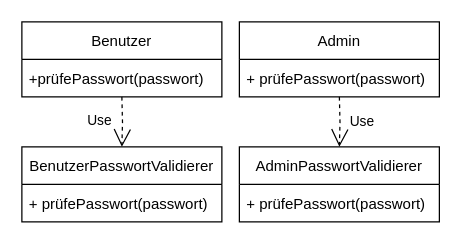
This is tex/img/NachSRP.drawio from xThale/Seminararbeit, a draw.io file, before an edit. Source tidied: cells renumbered, new cells numbered last; positions are measured from the earlier drawing's top-left corner, leaving out a move shared by most shapes. Both pictures are drawn from the tidied source at 125%, with x=0, y=0 at pixel (21, 21).
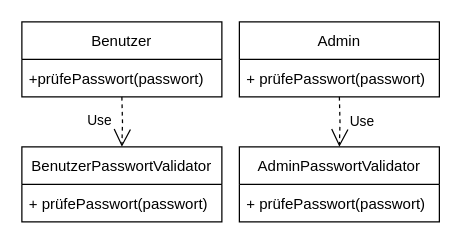
After the change.

Diff of the diagram source:
```diff
@@
 <mxGraphModel>
   <root>
     <mxCell id="0" />
     <mxCell id="1" parent="0" />
     <mxCell id="2" value="Benutzer" style="swimlane;fontStyle=0;horizontal=1;startSize=30;" parent="1" vertex="1">
       <mxGeometry width="160" height="60" as="geometry" />
     </mxCell>
     <mxCell id="3" value="+prüfePasswort(passwort)" style="text;strokeColor=none;fillColor=none;align=left;verticalAlign=middle;spacingLeft=4;spacingRight=4;overflow=hidden;" parent="2" vertex="1">
       <mxGeometry y="30" width="160" height="30" as="geometry" />
     </mxCell>
     <mxCell id="4" value="Admin" style="swimlane;fontStyle=0;horizontal=1;startSize=30;" parent="1" vertex="1">
       <mxGeometry x="174" width="160" height="60" as="geometry" />
     </mxCell>
     <mxCell id="5" value="+ prüfePasswort(passwort)" style="text;strokeColor=none;fillColor=none;align=left;verticalAlign=middle;spacingLeft=4;spacingRight=4;overflow=hidden;" parent="4" vertex="1">
       <mxGeometry y="30" width="160" height="30" as="geometry" />
     </mxCell>
-    <mxCell id="6" value="BenutzerPasswortValidierer" style="swimlane;fontStyle=0;horizontal=1;startSize=30;" parent="1" vertex="1">
+    <mxCell id="6" value="BenutzerPasswortValidator" style="swimlane;fontStyle=0;horizontal=1;startSize=30;" parent="1" vertex="1">
       <mxGeometry y="100" width="160" height="60" as="geometry" />
     </mxCell>
     <mxCell id="7" value="+ prüfePasswort(passwort)" style="text;strokeColor=none;fillColor=none;align=left;verticalAlign=middle;spacingLeft=4;spacingRight=4;overflow=hidden;" parent="6" vertex="1">
       <mxGeometry y="30" width="160" height="30" as="geometry" />
     </mxCell>
-    <mxCell id="8" value="AdminPasswortValidierer" style="swimlane;fontStyle=0;horizontal=1;startSize=30;" parent="1" vertex="1">
+    <mxCell id="8" value="AdminPasswortValidator" style="swimlane;fontStyle=0;horizontal=1;startSize=30;" parent="1" vertex="1">
       <mxGeometry x="174" y="100" width="160" height="60" as="geometry" />
     </mxCell>
     <mxCell id="9" value="+ prüfePasswort(passwort)" style="text;strokeColor=none;fillColor=none;align=left;verticalAlign=middle;spacingLeft=4;spacingRight=4;overflow=hidden;" parent="8" vertex="1">
       <mxGeometry y="30" width="160" height="30" as="geometry" />
     </mxCell>
     <mxCell id="10" value="Use" style="endArrow=open;endSize=12;dashed=1;html=1;rounded=0;edgeStyle=orthogonalEdgeStyle;entryX=0.5;entryY=0;entryDx=0;entryDy=0;" parent="1" edge="1" target="6">
       <mxGeometry x="-0.04" y="-18" relative="1" as="geometry">
         <mxPoint x="80" y="60" as="sourcePoint" />
       </mxGeometry>
     </mxCell>
     <mxCell id="11" value="Use" style="endArrow=open;endSize=12;dashed=1;html=1;rounded=0;edgeStyle=orthogonalEdgeStyle;entryX=0.5;entryY=0;entryDx=0;entryDy=0;" parent="1" edge="1" target="8">
       <mxGeometry x="0.04" y="18" relative="1" as="geometry">
         <mxPoint x="254" y="60" as="sourcePoint" />
       </mxGeometry>
     </mxCell>
   </root>
 </mxGraphModel>
```
